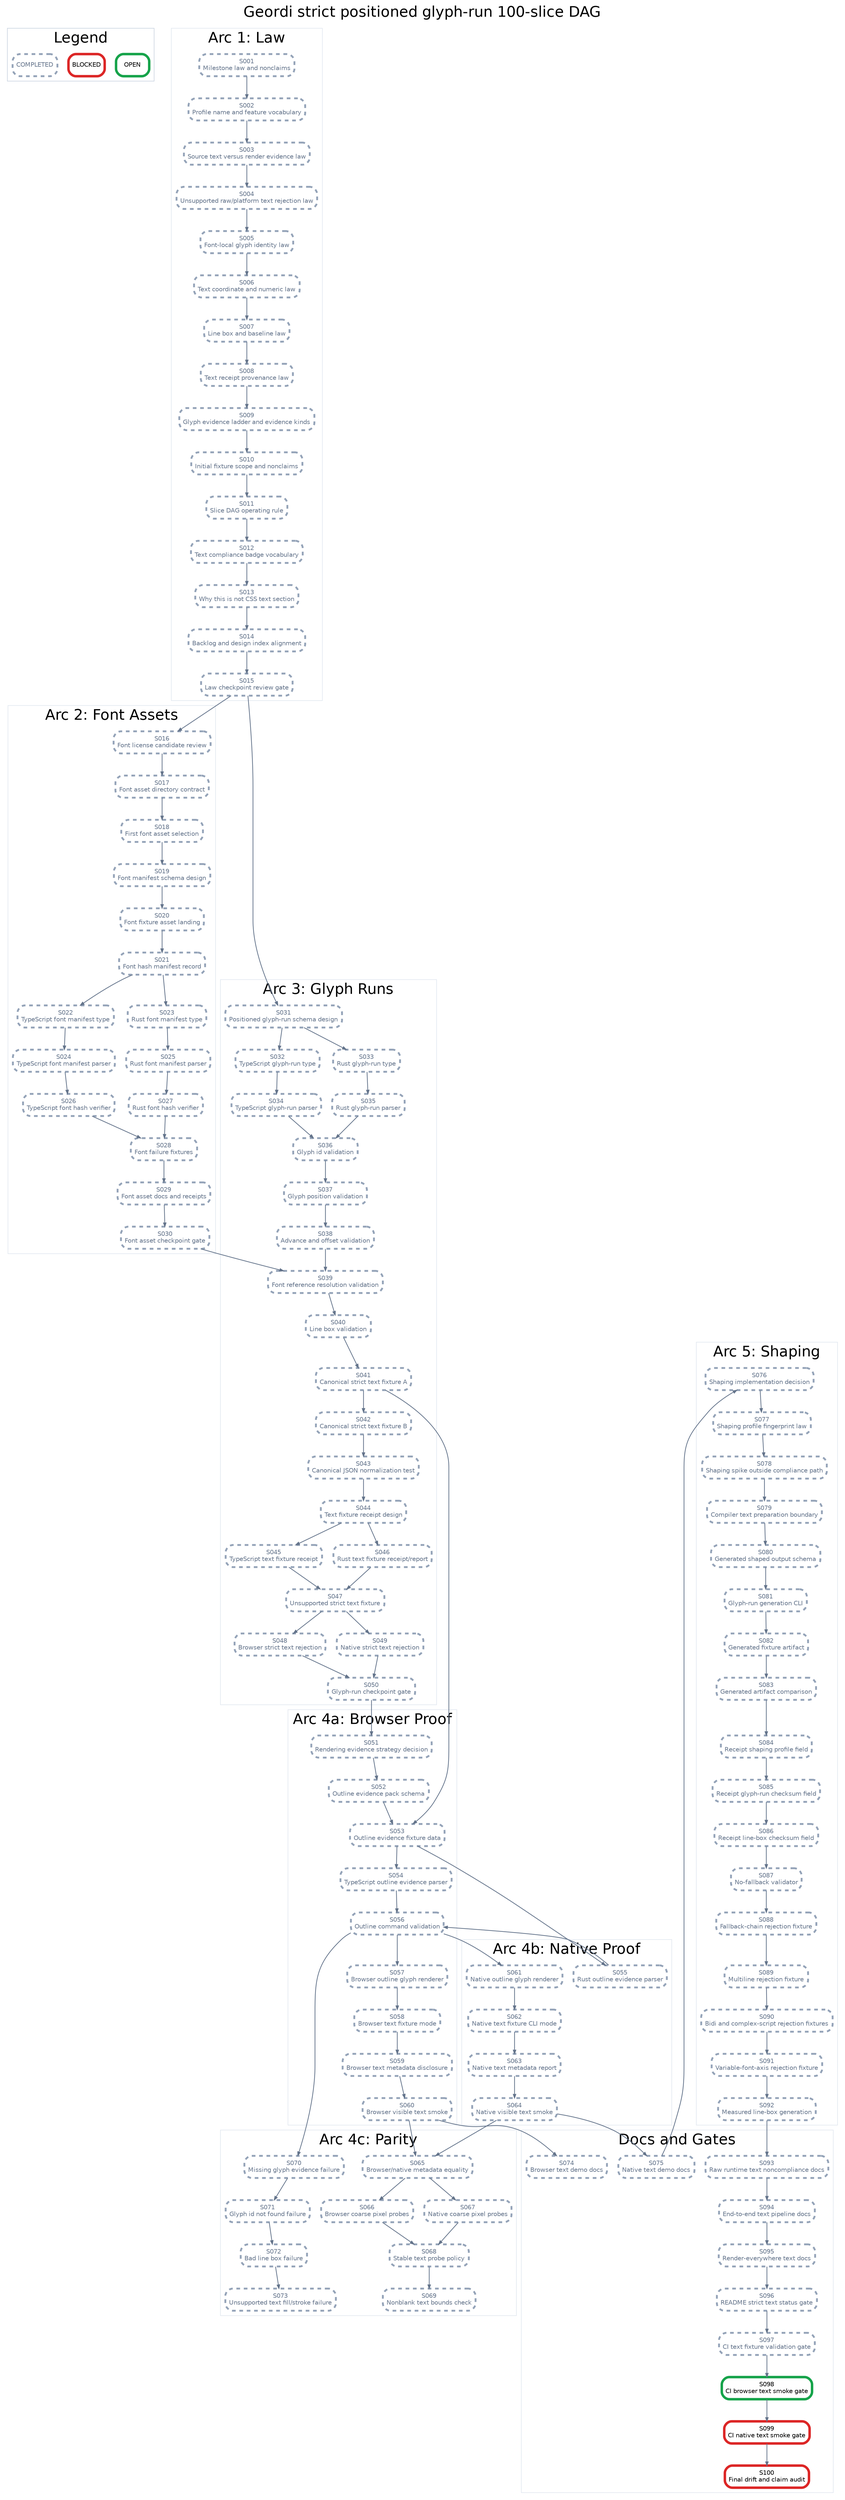
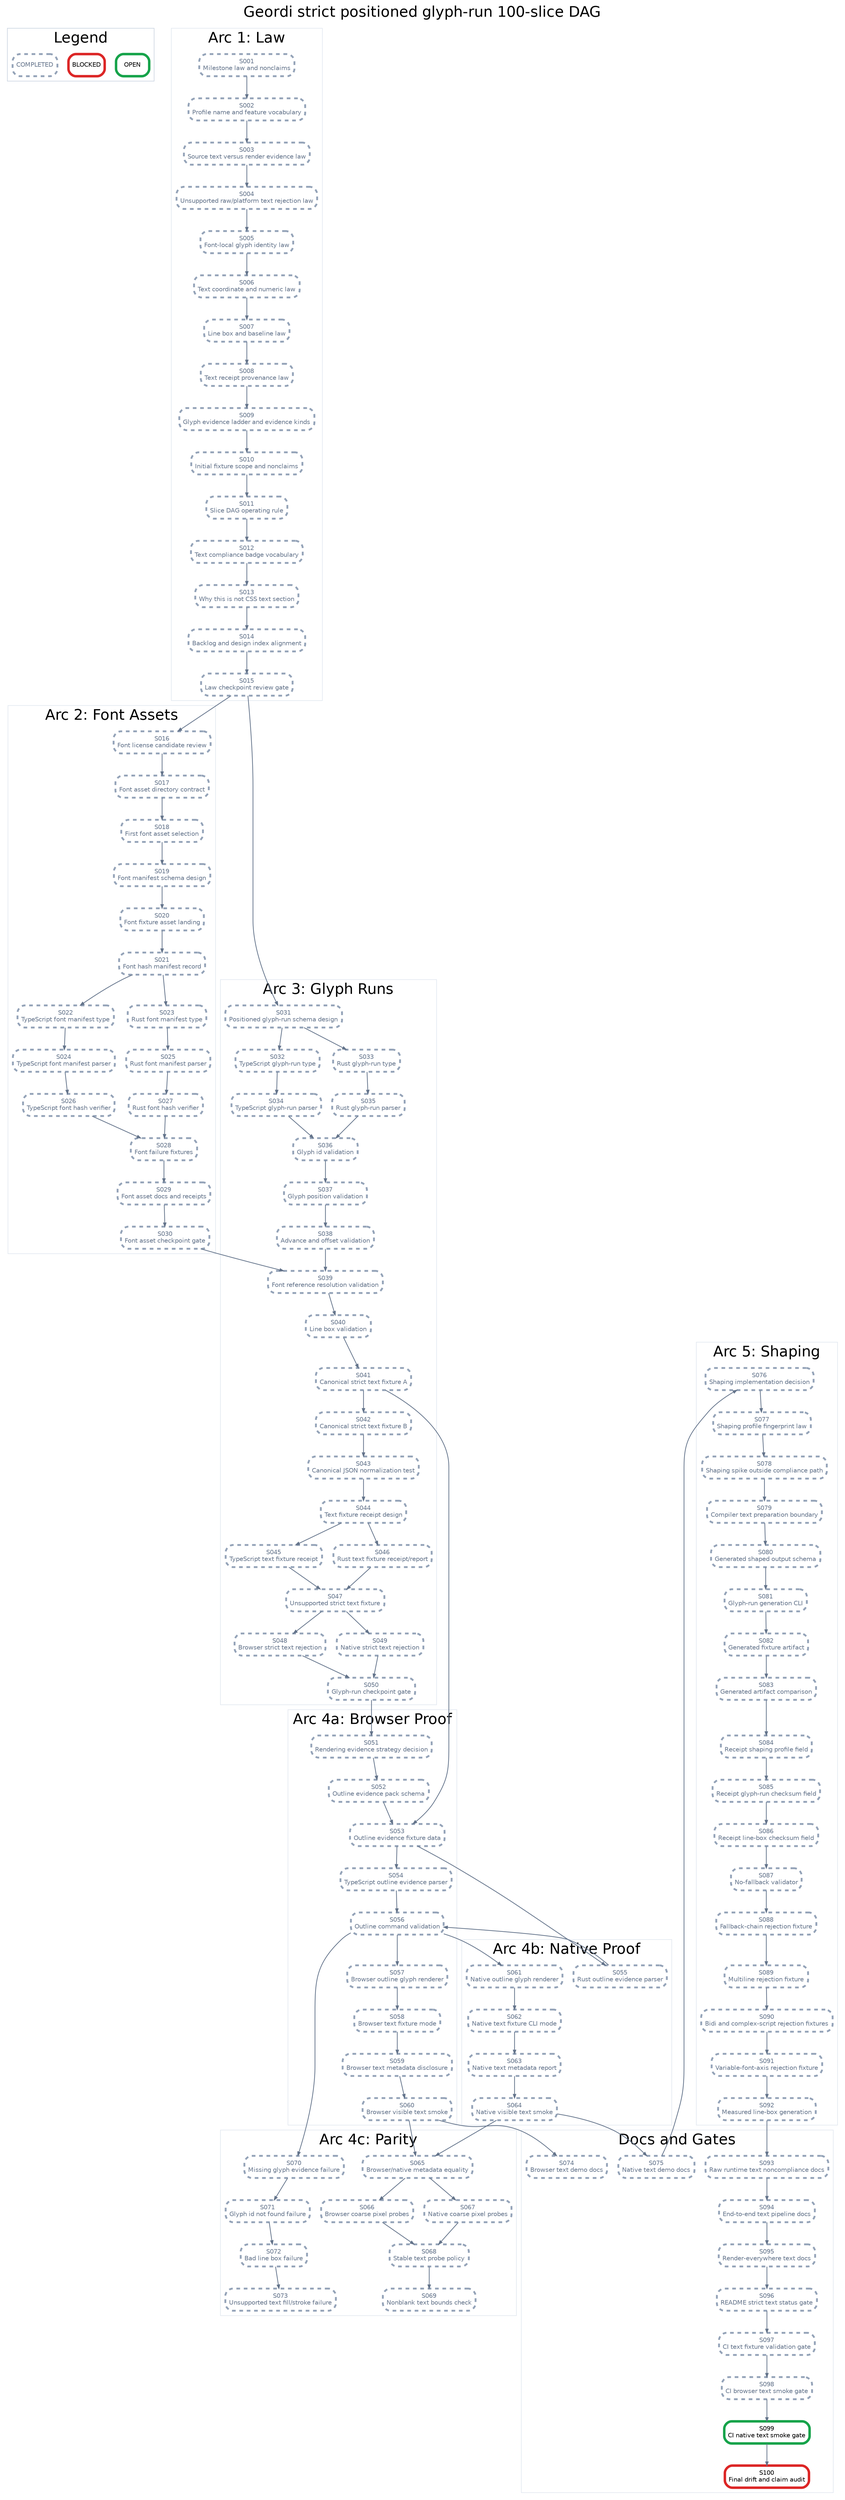
digraph StrictPositionedGlyphRunPlan {
  graph [rankdir=TB, bgcolor="white", fontname="Helvetica", label="Geordi strict positioned glyph-run 100-slice DAG", labelloc="t", fontsize=24];
  node [shape=box, style="rounded,filled", fillcolor="white", fontname="Helvetica", fontsize=10, margin="0.08,0.05"];
  edge [color="#64748b", arrowsize=0.6, penwidth=1.2];

  subgraph cluster_legend {
    label="Legend";
    color="#cbd5e1";
    legend_open [label="OPEN", color="#16a34a", penwidth=4];
    legend_blocked [label="BLOCKED", color="#dc2626", penwidth=4];
    legend_done [label="COMPLETED", color="#94a3b8", penwidth=3, style="rounded,filled,dashed", fontcolor="#64748b"];
  }

  subgraph cluster_law {
    label="Arc 1: Law";
    color="#e2e8f0";
    S001 [label="S001\nMilestone law and nonclaims", color="#94a3b8", penwidth=3, style="rounded,filled,dashed", fontcolor="#64748b"];
    S002 [label="S002\nProfile name and feature vocabulary", color="#94a3b8", penwidth=3, style="rounded,filled,dashed", fontcolor="#64748b"];
    S003 [label="S003\nSource text versus render evidence law", color="#94a3b8", penwidth=3, style="rounded,filled,dashed", fontcolor="#64748b"];
    S004 [label="S004\nUnsupported raw/platform text rejection law", color="#94a3b8", penwidth=3, style="rounded,filled,dashed", fontcolor="#64748b"];
    S005 [label="S005\nFont-local glyph identity law", color="#94a3b8", penwidth=3, style="rounded,filled,dashed", fontcolor="#64748b"];
    S006 [label="S006\nText coordinate and numeric law", color="#94a3b8", penwidth=3, style="rounded,filled,dashed", fontcolor="#64748b"];
    S007 [label="S007\nLine box and baseline law", color="#94a3b8", penwidth=3, style="rounded,filled,dashed", fontcolor="#64748b"];
    S008 [label="S008\nText receipt provenance law", color="#94a3b8", penwidth=3, style="rounded,filled,dashed", fontcolor="#64748b"];
    S009 [label="S009\nGlyph evidence ladder and evidence kinds", color="#94a3b8", penwidth=3, style="rounded,filled,dashed", fontcolor="#64748b"];
    S010 [label="S010\nInitial fixture scope and nonclaims", color="#94a3b8", penwidth=3, style="rounded,filled,dashed", fontcolor="#64748b"];
    S011 [label="S011\nSlice DAG operating rule", color="#94a3b8", penwidth=3, style="rounded,filled,dashed", fontcolor="#64748b"];
    S012 [label="S012\nText compliance badge vocabulary", color="#94a3b8", penwidth=3, style="rounded,filled,dashed", fontcolor="#64748b"];
    S013 [label="S013\nWhy this is not CSS text section", color="#94a3b8", penwidth=3, style="rounded,filled,dashed", fontcolor="#64748b"];
    S014 [label="S014\nBacklog and design index alignment", color="#94a3b8", penwidth=3, style="rounded,filled,dashed", fontcolor="#64748b"];
    S015 [label="S015\nLaw checkpoint review gate", color="#94a3b8", penwidth=3, style="rounded,filled,dashed", fontcolor="#64748b"];
  }

  subgraph cluster_assets {
    label="Arc 2: Font Assets";
    color="#e2e8f0";
    S016 [label="S016\nFont license candidate review", color="#94a3b8", penwidth=3, style="rounded,filled,dashed", fontcolor="#64748b"];
    S017 [label="S017\nFont asset directory contract", color="#94a3b8", penwidth=3, style="rounded,filled,dashed", fontcolor="#64748b"];
    S018 [label="S018\nFirst font asset selection", color="#94a3b8", penwidth=3, style="rounded,filled,dashed", fontcolor="#64748b"];
    S019 [label="S019\nFont manifest schema design", color="#94a3b8", penwidth=3, style="rounded,filled,dashed", fontcolor="#64748b"];
    S020 [label="S020\nFont fixture asset landing", color="#94a3b8", penwidth=3, style="rounded,filled,dashed", fontcolor="#64748b"];
    S021 [label="S021\nFont hash manifest record", color="#94a3b8", penwidth=3, style="rounded,filled,dashed", fontcolor="#64748b"];
    S022 [label="S022\nTypeScript font manifest type", color="#94a3b8", penwidth=3, style="rounded,filled,dashed", fontcolor="#64748b"];
    S023 [label="S023\nRust font manifest type", color="#94a3b8", penwidth=3, style="rounded,filled,dashed", fontcolor="#64748b"];
    S024 [label="S024\nTypeScript font manifest parser", color="#94a3b8", penwidth=3, style="rounded,filled,dashed", fontcolor="#64748b"];
    S025 [label="S025\nRust font manifest parser", color="#94a3b8", penwidth=3, style="rounded,filled,dashed", fontcolor="#64748b"];
    S026 [label="S026\nTypeScript font hash verifier", color="#94a3b8", penwidth=3, style="rounded,filled,dashed", fontcolor="#64748b"];
    S027 [label="S027\nRust font hash verifier", color="#94a3b8", penwidth=3, style="rounded,filled,dashed", fontcolor="#64748b"];
    S028 [label="S028\nFont failure fixtures", color="#94a3b8", penwidth=3, style="rounded,filled,dashed", fontcolor="#64748b"];
    S029 [label="S029\nFont asset docs and receipts", color="#94a3b8", penwidth=3, style="rounded,filled,dashed", fontcolor="#64748b"];
    S030 [label="S030\nFont asset checkpoint gate", color="#94a3b8", penwidth=3, style="rounded,filled,dashed", fontcolor="#64748b"];
  }

  subgraph cluster_glyph {
    label="Arc 3: Glyph Runs";
    color="#e2e8f0";
    S031 [label="S031\nPositioned glyph-run schema design", color="#94a3b8", penwidth=3, style="rounded,filled,dashed", fontcolor="#64748b"];
    S032 [label="S032\nTypeScript glyph-run type", color="#94a3b8", penwidth=3, style="rounded,filled,dashed", fontcolor="#64748b"];
    S033 [label="S033\nRust glyph-run type", color="#94a3b8", penwidth=3, style="rounded,filled,dashed", fontcolor="#64748b"];
    S034 [label="S034\nTypeScript glyph-run parser", color="#94a3b8", penwidth=3, style="rounded,filled,dashed", fontcolor="#64748b"];
    S035 [label="S035\nRust glyph-run parser", color="#94a3b8", penwidth=3, style="rounded,filled,dashed", fontcolor="#64748b"];
    S036 [label="S036\nGlyph id validation", color="#94a3b8", penwidth=3, style="rounded,filled,dashed", fontcolor="#64748b"];
    S037 [label="S037\nGlyph position validation", color="#94a3b8", penwidth=3, style="rounded,filled,dashed", fontcolor="#64748b"];
    S038 [label="S038\nAdvance and offset validation", color="#94a3b8", penwidth=3, style="rounded,filled,dashed", fontcolor="#64748b"];
    S039 [label="S039\nFont reference resolution validation", color="#94a3b8", penwidth=3, style="rounded,filled,dashed", fontcolor="#64748b"];
    S040 [label="S040\nLine box validation", color="#94a3b8", penwidth=3, style="rounded,filled,dashed", fontcolor="#64748b"];
    S041 [label="S041\nCanonical strict text fixture A", color="#94a3b8", penwidth=3, style="rounded,filled,dashed", fontcolor="#64748b"];
    S042 [label="S042\nCanonical strict text fixture B", color="#94a3b8", penwidth=3, style="rounded,filled,dashed", fontcolor="#64748b"];
    S043 [label="S043\nCanonical JSON normalization test", color="#94a3b8", penwidth=3, style="rounded,filled,dashed", fontcolor="#64748b"];
    S044 [label="S044\nText fixture receipt design", color="#94a3b8", penwidth=3, style="rounded,filled,dashed", fontcolor="#64748b"];
    S045 [label="S045\nTypeScript text fixture receipt", color="#94a3b8", penwidth=3, style="rounded,filled,dashed", fontcolor="#64748b"];
    S046 [label="S046\nRust text fixture receipt/report", color="#94a3b8", penwidth=3, style="rounded,filled,dashed", fontcolor="#64748b"];
    S047 [label="S047\nUnsupported strict text fixture", color="#94a3b8", penwidth=3, style="rounded,filled,dashed", fontcolor="#64748b"];
    S048 [label="S048\nBrowser strict text rejection", color="#94a3b8", penwidth=3, style="rounded,filled,dashed", fontcolor="#64748b"];
    S049 [label="S049\nNative strict text rejection", color="#94a3b8", penwidth=3, style="rounded,filled,dashed", fontcolor="#64748b"];
    S050 [label="S050\nGlyph-run checkpoint gate", color="#94a3b8", penwidth=3, style="rounded,filled,dashed", fontcolor="#64748b"];
  }

  subgraph cluster_browser {
    label="Arc 4a: Browser Proof";
    color="#e2e8f0";
    S051 [label="S051\nRendering evidence strategy decision", color="#94a3b8", penwidth=3, style="rounded,filled,dashed", fontcolor="#64748b"];
    S052 [label="S052\nOutline evidence pack schema", color="#94a3b8", penwidth=3, style="rounded,filled,dashed", fontcolor="#64748b"];
    S053 [label="S053\nOutline evidence fixture data", color="#94a3b8", penwidth=3, style="rounded,filled,dashed", fontcolor="#64748b"];
    S054 [label="S054\nTypeScript outline evidence parser", color="#94a3b8", penwidth=3, style="rounded,filled,dashed", fontcolor="#64748b"];
    S056 [label="S056\nOutline command validation", color="#94a3b8", penwidth=3, style="rounded,filled,dashed", fontcolor="#64748b"];
    S057 [label="S057\nBrowser outline glyph renderer", color="#94a3b8", penwidth=3, style="rounded,filled,dashed", fontcolor="#64748b"];
    S058 [label="S058\nBrowser text fixture mode", color="#94a3b8", penwidth=3, style="rounded,filled,dashed", fontcolor="#64748b"];
    S059 [label="S059\nBrowser text metadata disclosure", color="#94a3b8", penwidth=3, style="rounded,filled,dashed", fontcolor="#64748b"];
    S060 [label="S060\nBrowser visible text smoke", color="#94a3b8", penwidth=3, style="rounded,filled,dashed", fontcolor="#64748b"];
  }

  subgraph cluster_native {
    label="Arc 4b: Native Proof";
    color="#e2e8f0";
    S055 [label="S055\nRust outline evidence parser", color="#94a3b8", penwidth=3, style="rounded,filled,dashed", fontcolor="#64748b"];
    S061 [label="S061\nNative outline glyph renderer", color="#94a3b8", penwidth=3, style="rounded,filled,dashed", fontcolor="#64748b"];
    S062 [label="S062\nNative text fixture CLI mode", color="#94a3b8", penwidth=3, style="rounded,filled,dashed", fontcolor="#64748b"];
    S063 [label="S063\nNative text metadata report", color="#94a3b8", penwidth=3, style="rounded,filled,dashed", fontcolor="#64748b"];
    S064 [label="S064\nNative visible text smoke", color="#94a3b8", penwidth=3, style="rounded,filled,dashed", fontcolor="#64748b"];
  }

  subgraph cluster_parity {
    label="Arc 4c: Parity";
    color="#e2e8f0";
    S065 [label="S065\nBrowser/native metadata equality", color="#94a3b8", penwidth=3, style="rounded,filled,dashed", fontcolor="#64748b"];
    S066 [label="S066\nBrowser coarse pixel probes", color="#94a3b8", penwidth=3, style="rounded,filled,dashed", fontcolor="#64748b"];
    S067 [label="S067\nNative coarse pixel probes", color="#94a3b8", penwidth=3, style="rounded,filled,dashed", fontcolor="#64748b"];
    S068 [label="S068\nStable text probe policy", color="#94a3b8", penwidth=3, style="rounded,filled,dashed", fontcolor="#64748b"];
    S069 [label="S069\nNonblank text bounds check", color="#94a3b8", penwidth=3, style="rounded,filled,dashed", fontcolor="#64748b"];
    S070 [label="S070\nMissing glyph evidence failure", color="#94a3b8", penwidth=3, style="rounded,filled,dashed", fontcolor="#64748b"];
    S071 [label="S071\nGlyph id not found failure", color="#94a3b8", penwidth=3, style="rounded,filled,dashed", fontcolor="#64748b"];
    S072 [label="S072\nBad line box failure", color="#94a3b8", penwidth=3, style="rounded,filled,dashed", fontcolor="#64748b"];
    S073 [label="S073\nUnsupported text fill/stroke failure", color="#94a3b8", penwidth=3, style="rounded,filled,dashed", fontcolor="#64748b"];
  }

  subgraph cluster_shaping {
    label="Arc 5: Shaping";
    color="#e2e8f0";
    S076 [label="S076\nShaping implementation decision", color="#94a3b8", penwidth=3, style="rounded,filled,dashed", fontcolor="#64748b"];
    S077 [label="S077\nShaping profile fingerprint law", color="#94a3b8", penwidth=3, style="rounded,filled,dashed", fontcolor="#64748b"];
    S078 [label="S078\nShaping spike outside compliance path", color="#94a3b8", penwidth=3, style="rounded,filled,dashed", fontcolor="#64748b"];
    S079 [label="S079\nCompiler text preparation boundary", color="#94a3b8", penwidth=3, style="rounded,filled,dashed", fontcolor="#64748b"];
    S080 [label="S080\nGenerated shaped output schema", color="#94a3b8", penwidth=3, style="rounded,filled,dashed", fontcolor="#64748b"];
    S081 [label="S081\nGlyph-run generation CLI", color="#94a3b8", penwidth=3, style="rounded,filled,dashed", fontcolor="#64748b"];
    S082 [label="S082\nGenerated fixture artifact", color="#94a3b8", penwidth=3, style="rounded,filled,dashed", fontcolor="#64748b"];
    S083 [label="S083\nGenerated artifact comparison", color="#94a3b8", penwidth=3, style="rounded,filled,dashed", fontcolor="#64748b"];
    S084 [label="S084\nReceipt shaping profile field", color="#94a3b8", penwidth=3, style="rounded,filled,dashed", fontcolor="#64748b"];
    S085 [label="S085\nReceipt glyph-run checksum field", color="#94a3b8", penwidth=3, style="rounded,filled,dashed", fontcolor="#64748b"];
    S086 [label="S086\nReceipt line-box checksum field", color="#94a3b8", penwidth=3, style="rounded,filled,dashed", fontcolor="#64748b"];
    S087 [label="S087\nNo-fallback validator", color="#94a3b8", penwidth=3, style="rounded,filled,dashed", fontcolor="#64748b"];
    S088 [label="S088\nFallback-chain rejection fixture", color="#94a3b8", penwidth=3, style="rounded,filled,dashed", fontcolor="#64748b"];
    S089 [label="S089\nMultiline rejection fixture", color="#94a3b8", penwidth=3, style="rounded,filled,dashed", fontcolor="#64748b"];
    S090 [label="S090\nBidi and complex-script rejection fixtures", color="#94a3b8", penwidth=3, style="rounded,filled,dashed", fontcolor="#64748b"];
    S091 [label="S091\nVariable-font-axis rejection fixture", color="#94a3b8", penwidth=3, style="rounded,filled,dashed", fontcolor="#64748b"];
    S092 [label="S092\nMeasured line-box generation", color="#94a3b8", penwidth=3, style="rounded,filled,dashed", fontcolor="#64748b"];
  }

  subgraph cluster_docs {
    label="Docs and Gates";
    color="#e2e8f0";
    S074 [label="S074\nBrowser text demo docs", color="#94a3b8", penwidth=3, style="rounded,filled,dashed", fontcolor="#64748b"];
    S075 [label="S075\nNative text demo docs", color="#94a3b8", penwidth=3, style="rounded,filled,dashed", fontcolor="#64748b"];
    S093 [label="S093\nRaw runtime text noncompliance docs", color="#94a3b8", penwidth=3, style="rounded,filled,dashed", fontcolor="#64748b"];
    S094 [label="S094\nEnd-to-end text pipeline docs", color="#94a3b8", penwidth=3, style="rounded,filled,dashed", fontcolor="#64748b"];
    S095 [label="S095\nRender-everywhere text docs", color="#94a3b8", penwidth=3, style="rounded,filled,dashed", fontcolor="#64748b"];
    S096 [label="S096\nREADME strict text status gate", color="#94a3b8", penwidth=3, style="rounded,filled,dashed", fontcolor="#64748b"];
    S097 [label="S097\nCI text fixture validation gate", color="#94a3b8", penwidth=3, style="rounded,filled,dashed", fontcolor="#64748b"];
-     S098 [label="S098\nCI browser text smoke gate", color="#16a34a", penwidth=4];
-     S099 [label="S099\nCI native text smoke gate", color="#dc2626", penwidth=4];
+     S098 [label="S098\nCI browser text smoke gate", color="#94a3b8", penwidth=3, style="rounded,filled,dashed", fontcolor="#64748b"];
+     S099 [label="S099\nCI native text smoke gate", color="#16a34a", penwidth=4];
    S100 [label="S100\nFinal drift and claim audit", color="#dc2626", penwidth=4];
  }

  S001 -> S002;
  S002 -> S003;
  S003 -> S004;
  S004 -> S005;
  S005 -> S006;
  S006 -> S007;
  S007 -> S008;
  S008 -> S009;
  S009 -> S010;
  S010 -> S011;
  S011 -> S012;
  S012 -> S013;
  S013 -> S014;
  S014 -> S015;
  S015 -> S016;
  S016 -> S017;
  S017 -> S018;
  S018 -> S019;
  S019 -> S020;
  S020 -> S021;
  S021 -> S022;
  S021 -> S023;
  S022 -> S024;
  S023 -> S025;
  S024 -> S026;
  S025 -> S027;
  S026 -> S028;
  S027 -> S028;
  S028 -> S029;
  S029 -> S030;
  S015 -> S031;
  S031 -> S032;
  S031 -> S033;
  S032 -> S034;
  S033 -> S035;
  S034 -> S036;
  S035 -> S036;
  S036 -> S037;
  S037 -> S038;
  S038 -> S039;
  S039 -> S040;
  S030 -> S039;
  S040 -> S041;
  S041 -> S042;
  S042 -> S043;
  S043 -> S044;
  S044 -> S045;
  S044 -> S046;
  S045 -> S047;
  S046 -> S047;
  S047 -> S048;
  S047 -> S049;
  S048 -> S050;
  S049 -> S050;
  S050 -> S051;
  S051 -> S052;
  S052 -> S053;
  S041 -> S053;
  S053 -> S054;
  S053 -> S055;
  S054 -> S056;
  S055 -> S056;
  S056 -> S057;
  S057 -> S058;
  S058 -> S059;
  S059 -> S060;
  S056 -> S061;
  S061 -> S062;
  S062 -> S063;
  S063 -> S064;
  S060 -> S065;
  S064 -> S065;
  S065 -> S066;
  S065 -> S067;
  S066 -> S068;
  S067 -> S068;
  S068 -> S069;
  S056 -> S070;
  S070 -> S071;
  S071 -> S072;
  S072 -> S073;
  S060 -> S074;
  S064 -> S075;
  S075 -> S076;
  S076 -> S077;
  S077 -> S078;
  S078 -> S079;
  S079 -> S080;
  S080 -> S081;
  S081 -> S082;
  S082 -> S083;
  S083 -> S084;
  S084 -> S085;
  S085 -> S086;
  S086 -> S087;
  S087 -> S088;
  S088 -> S089;
  S089 -> S090;
  S090 -> S091;
  S091 -> S092;
  S092 -> S093;
  S093 -> S094;
  S094 -> S095;
  S095 -> S096;
  S096 -> S097;
  S097 -> S098;
  S098 -> S099;
  S099 -> S100;
}
